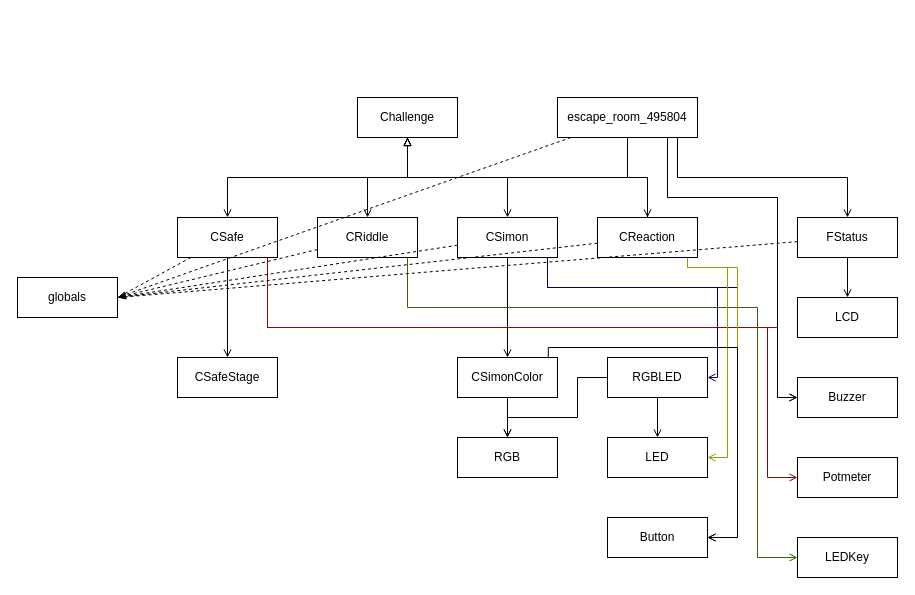
Before: escape_room_495804/docs/assets/ontwerp/Class Diagram.drawio in Emanuel-de-Jong/Saxion-Arduino-Escape, a draw.io diagram. Source tidied: cells renumbered, new cells numbered last; positions are measured from the earlier drawing's top-left corner, leaving out a move shared by most shapes. Both pictures are drawn from the tidied source at 100%, with x=0, y=0 at pixel (17, 97).
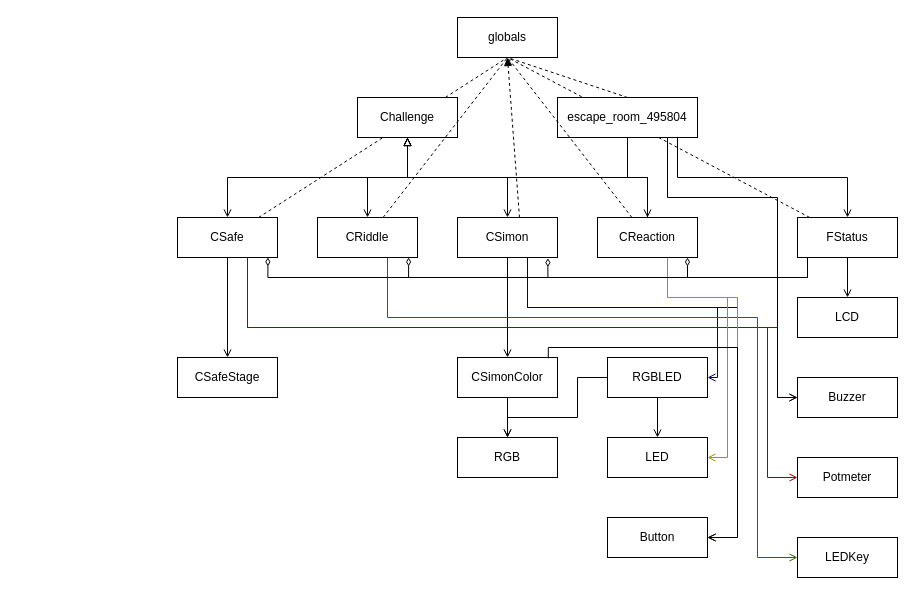
The same page after the edit.

The change refers to these unchanged cells:
```xml
<mxCell id="3" value="escape_room_495804" style="rounded=0;whiteSpace=wrap;html=1;" parent="1" vertex="1">
  <mxGeometry x="540" width="140" height="40" as="geometry" />
</mxCell>
<mxCell id="6" value="RGBLED" style="rounded=0;whiteSpace=wrap;html=1;" parent="1" vertex="1">
  <mxGeometry x="590" y="260" width="100" height="40" as="geometry" />
</mxCell>
<mxCell id="7" value="Potmeter" style="rounded=0;whiteSpace=wrap;html=1;" parent="1" vertex="1">
  <mxGeometry x="780" y="360" width="100" height="40" as="geometry" />
</mxCell>
<mxCell id="8" value="LEDKey" style="rounded=0;whiteSpace=wrap;html=1;" parent="1" vertex="1">
  <mxGeometry x="780" y="440" width="100" height="40" as="geometry" />
</mxCell>
<mxCell id="9" value="LED" style="rounded=0;whiteSpace=wrap;html=1;" parent="1" vertex="1">
  <mxGeometry x="590" y="340" width="100" height="40" as="geometry" />
</mxCell>
<mxCell id="11" value="Buzzer" style="rounded=0;whiteSpace=wrap;html=1;" parent="1" vertex="1">
  <mxGeometry x="780" y="280" width="100" height="40" as="geometry" />
</mxCell>
<mxCell id="12" value="Button" style="rounded=0;whiteSpace=wrap;html=1;" parent="1" vertex="1">
  <mxGeometry x="590" y="420" width="100" height="40" as="geometry" />
</mxCell>
<mxCell id="17" value="CSimon" style="rounded=0;whiteSpace=wrap;html=1;" parent="1" vertex="1">
  <mxGeometry x="440" y="120" width="100" height="40" as="geometry" />
</mxCell>
<mxCell id="23" value="CSafe" style="rounded=0;whiteSpace=wrap;html=1;" parent="1" vertex="1">
  <mxGeometry x="160" y="120" width="100" height="40" as="geometry" />
</mxCell>
<mxCell id="26" value="CRiddle" style="rounded=0;whiteSpace=wrap;html=1;" parent="1" vertex="1">
  <mxGeometry x="300" y="120" width="100" height="40" as="geometry" />
</mxCell>
<mxCell id="31" value="CReaction" style="rounded=0;whiteSpace=wrap;html=1;" parent="1" vertex="1">
  <mxGeometry x="580" y="120" width="100" height="40" as="geometry" />
</mxCell>
<mxCell id="35" value="FStatus" style="rounded=0;whiteSpace=wrap;html=1;" parent="1" vertex="1">
  <mxGeometry x="780" y="120" width="100" height="40" as="geometry" />
</mxCell>
```

The edit, as a diff of the source:
```diff
@@
+    <mxCell id="43" style="edgeStyle=none;rounded=0;jettySize=auto;html=1;entryX=0.5;entryY=1;entryDx=0;entryDy=0;dashed=1;startArrow=none;startFill=0;endArrow=none;endFill=0;" parent="1" edge="1" source="35" target="2">
+      <mxGeometry relative="1" as="geometry" />
+    </mxCell>
     <mxCell id="2" value="globals" style="rounded=0;whiteSpace=wrap;html=1;" parent="1" vertex="1">
-      <mxGeometry y="180" width="100" height="40" as="geometry" />
+      <mxGeometry x="440" y="-80" width="100" height="40" as="geometry" />
     </mxCell>
@@
     <mxCell id="15" style="edgeStyle=orthogonalEdgeStyle;rounded=0;jettySize=auto;html=1;startArrow=none;startFill=0;endArrow=open;endFill=0;strokeColor=#000066;" parent="1" edge="1" source="17" target="6">
       <mxGeometry relative="1" as="geometry">
         <Array as="points">
-          <mxPoint x="530" y="190" />
-          <mxPoint x="700" y="190" />
+          <mxPoint x="510" y="210" />
+          <mxPoint x="700" y="210" />
           <mxPoint x="700" y="280" />
         </Array>
       </mxGeometry>
     </mxCell>
     <mxCell id="16" style="edgeStyle=orthogonalEdgeStyle;rounded=0;jettySize=auto;html=1;startArrow=none;startFill=0;endArrow=open;endFill=0;strokeColor=#000066;" parent="1" edge="1" source="17" target="12">
       <mxGeometry relative="1" as="geometry">
         <Array as="points">
-          <mxPoint x="530" y="190" />
-          <mxPoint x="720" y="190" />
+          <mxPoint x="510" y="210" />
+          <mxPoint x="720" y="210" />
           <mxPoint x="720" y="440" />
         </Array>
       </mxGeometry>
     </mxCell>
@@
     <mxCell id="20" style="edgeStyle=orthogonalEdgeStyle;rounded=0;jettySize=auto;html=1;startArrow=none;startFill=0;endArrow=open;endFill=0;strokeColor=#990000;" parent="1" edge="1" source="23" target="11">
       <mxGeometry relative="1" as="geometry">
         <Array as="points">
-          <mxPoint x="250" y="230" />
+          <mxPoint x="230" y="230" />
           <mxPoint x="760" y="230" />
           <mxPoint x="760" y="300" />
         </Array>
       </mxGeometry>
     </mxCell>
     <mxCell id="21" style="edgeStyle=orthogonalEdgeStyle;rounded=0;jettySize=auto;html=1;startArrow=none;startFill=0;endArrow=open;endFill=0;strokeColor=#990000;" parent="1" edge="1" source="23" target="7">
       <mxGeometry relative="1" as="geometry">
         <Array as="points">
-          <mxPoint x="250" y="230" />
+          <mxPoint x="230" y="230" />
           <mxPoint x="750" y="230" />
           <mxPoint x="750" y="380" />
         </Array>
       </mxGeometry>
     </mxCell>
-    <mxCell id="22" style="rounded=0;jettySize=auto;html=1;startArrow=none;startFill=0;endArrow=none;endFill=0;dashed=1;entryX=1;entryY=0.5;entryDx=0;entryDy=0;" parent="1" edge="1" source="23" target="2">
+    <mxCell id="22" style="rounded=0;jettySize=auto;html=1;startArrow=none;startFill=0;endArrow=none;endFill=0;dashed=1;entryX=0.5;entryY=1;entryDx=0;entryDy=0;" parent="1" edge="1" source="23" target="2">
       <mxGeometry relative="1" as="geometry" />
     </mxCell>
@@
     <mxCell id="25" style="edgeStyle=orthogonalEdgeStyle;rounded=0;jettySize=auto;html=1;startArrow=none;startFill=0;endArrow=open;endFill=0;strokeColor=#336600;" parent="1" edge="1" source="26" target="8">
       <mxGeometry relative="1" as="geometry">
         <Array as="points">
-          <mxPoint x="390" y="210" />
-          <mxPoint x="740" y="210" />
+          <mxPoint x="370" y="220" />
+          <mxPoint x="740" y="220" />
           <mxPoint x="740" y="460" />
         </Array>
       </mxGeometry>
     </mxCell>
@@
     <mxCell id="29" style="edgeStyle=orthogonalEdgeStyle;rounded=0;jettySize=auto;html=1;startArrow=none;startFill=0;endArrow=open;endFill=0;strokeColor=#999900;" parent="1" edge="1" source="31" target="9">
       <mxGeometry relative="1" as="geometry">
         <Array as="points">
-          <mxPoint x="670" y="170" />
-          <mxPoint x="710" y="170" />
+          <mxPoint x="650" y="200" />
+          <mxPoint x="710" y="200" />
           <mxPoint x="710" y="360" />
         </Array>
       </mxGeometry>
     </mxCell>
     <mxCell id="30" style="edgeStyle=orthogonalEdgeStyle;rounded=0;jettySize=auto;html=1;startArrow=none;startFill=0;endArrow=open;endFill=0;strokeColor=#999900;" parent="1" edge="1" source="31" target="12">
       <mxGeometry relative="1" as="geometry">
         <Array as="points">
-          <mxPoint x="670" y="170" />
-          <mxPoint x="720" y="170" />
+          <mxPoint x="650" y="200" />
+          <mxPoint x="720" y="200" />
           <mxPoint x="720" y="440" />
         </Array>
       </mxGeometry>
     </mxCell>
@@
-    <mxCell id="39" style="edgeStyle=none;rounded=0;jettySize=auto;html=1;dashed=1;startArrow=none;startFill=0;endArrow=none;endFill=0;entryX=1;entryY=0.5;entryDx=0;entryDy=0;" parent="1" edge="1" source="31" target="2">
+    <mxCell id="39" style="edgeStyle=none;rounded=0;jettySize=auto;html=1;dashed=1;startArrow=none;startFill=0;endArrow=none;endFill=0;entryX=0.5;entryY=1;entryDx=0;entryDy=0;" parent="1" edge="1" source="31" target="2">
       <mxGeometry relative="1" as="geometry" />
     </mxCell>
-    <mxCell id="40" style="edgeStyle=none;rounded=0;jettySize=auto;html=1;dashed=1;startArrow=none;startFill=0;endArrow=none;endFill=0;entryX=1;entryY=0.5;entryDx=0;entryDy=0;" parent="1" edge="1" source="17" target="2">
-      <mxGeometry relative="1" as="geometry" />
-    </mxCell>
-    <mxCell id="41" style="edgeStyle=none;rounded=0;jettySize=auto;html=1;dashed=1;startArrow=none;startFill=0;endArrow=none;endFill=0;entryX=1;entryY=0.5;entryDx=0;entryDy=0;" parent="1" edge="1" source="3" target="2">
+    <mxCell id="41" style="edgeStyle=none;rounded=0;jettySize=auto;html=1;dashed=1;startArrow=none;startFill=0;endArrow=none;endFill=0;entryX=0.5;entryY=1;entryDx=0;entryDy=0;exitX=0.5;exitY=0;exitDx=0;exitDy=0;" parent="1" edge="1" source="3" target="2">
       <mxGeometry relative="1" as="geometry" />
     </mxCell>
@@
-    <mxCell id="43" style="edgeStyle=none;rounded=0;jettySize=auto;html=1;entryX=1;entryY=0.5;entryDx=0;entryDy=0;dashed=1;startArrow=none;startFill=0;endArrow=none;endFill=0;" parent="1" edge="1" source="35" target="2">
-      <mxGeometry relative="1" as="geometry" />
-    </mxCell>
@@
-    <mxCell id="45" style="edgeStyle=none;rounded=0;jettySize=auto;html=1;dashed=1;startArrow=none;startFill=0;endArrow=block;endFill=1;entryX=1;entryY=0.5;entryDx=0;entryDy=0;" parent="1" edge="1" source="26" target="2">
+    <mxCell id="45" style="edgeStyle=none;rounded=0;jettySize=auto;html=1;dashed=1;startArrow=none;startFill=0;endArrow=none;endFill=0;entryX=0.5;entryY=1;entryDx=0;entryDy=0;" parent="1" edge="1" source="26" target="2">
       <mxGeometry relative="1" as="geometry" />
     </mxCell>
@@
+    <mxCell id="47" style="edgeStyle=orthogonalEdgeStyle;rounded=0;jettySize=auto;html=1;endArrow=diamondThin;endFill=0;" parent="1" edge="1" source="35" target="31">
+      <mxGeometry relative="1" as="geometry">
+        <Array as="points">
+          <mxPoint x="790" y="180" />
+          <mxPoint x="670" y="180" />
+        </Array>
+      </mxGeometry>
+    </mxCell>
+    <mxCell id="48" style="edgeStyle=orthogonalEdgeStyle;rounded=0;jettySize=auto;html=1;entryX=0.904;entryY=1.015;entryDx=0;entryDy=0;entryPerimeter=0;endArrow=diamondThin;endFill=0;" parent="1" edge="1" source="35" target="17">
+      <mxGeometry relative="1" as="geometry">
+        <Array as="points">
+          <mxPoint x="790" y="180" />
+          <mxPoint x="530" y="180" />
+          <mxPoint x="530" y="161" />
+        </Array>
+      </mxGeometry>
+    </mxCell>
+    <mxCell id="49" style="edgeStyle=orthogonalEdgeStyle;rounded=0;jettySize=auto;html=1;entryX=0.911;entryY=0.997;entryDx=0;entryDy=0;entryPerimeter=0;endArrow=diamondThin;endFill=0;" parent="1" edge="1" source="35" target="26">
+      <mxGeometry relative="1" as="geometry">
+        <Array as="points">
+          <mxPoint x="790" y="180" />
+          <mxPoint x="391" y="180" />
+        </Array>
+      </mxGeometry>
+    </mxCell>
+    <mxCell id="50" style="edgeStyle=orthogonalEdgeStyle;rounded=0;jettySize=auto;html=1;entryX=0.904;entryY=0.997;entryDx=0;entryDy=0;entryPerimeter=0;endArrow=diamondThin;endFill=0;" parent="1" edge="1" source="35" target="23">
+      <mxGeometry relative="1" as="geometry">
+        <Array as="points">
+          <mxPoint x="790" y="180" />
+          <mxPoint x="250" y="180" />
+        </Array>
+      </mxGeometry>
+    </mxCell>
+    <mxCell id="40" style="edgeStyle=none;rounded=0;jettySize=auto;html=1;dashed=1;startArrow=none;startFill=0;endArrow=block;endFill=1;entryX=0.5;entryY=1;entryDx=0;entryDy=0;exitX=0.62;exitY=0;exitDx=0;exitDy=0;exitPerimeter=0;" parent="1" edge="1" source="17" target="2">
+      <mxGeometry relative="1" as="geometry" />
+    </mxCell>
```
